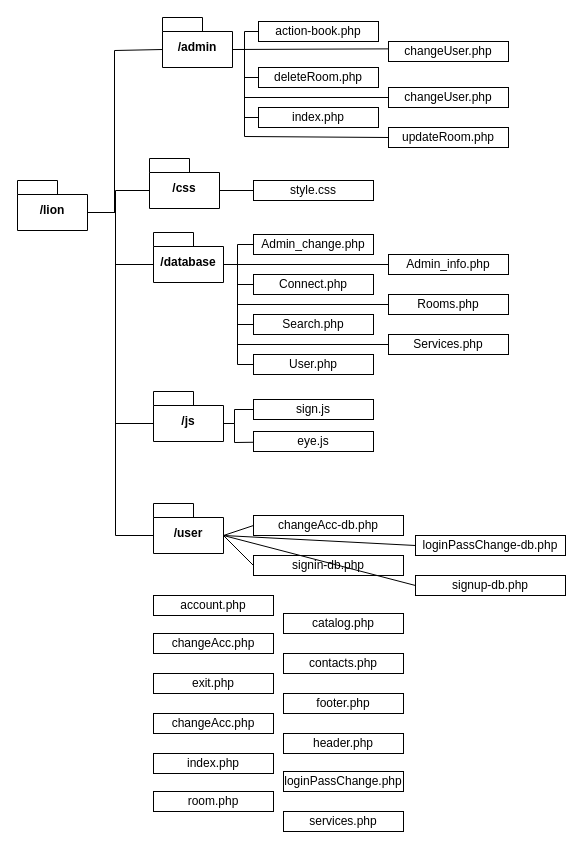
This is page "Физическая" (3 of 4) of documentation/Отель логическая структура.drawio from trapbed/KursovayaHotel, a draw.io file, before an edit. Source tidied: cells renumbered, new cells numbered last; positions are measured from the earlier drawing's top-left corner, leaving out a move shared by most shapes. Both pictures are drawn from the tidied source at 100%, with x=0, y=0 at pixel (17, 17).
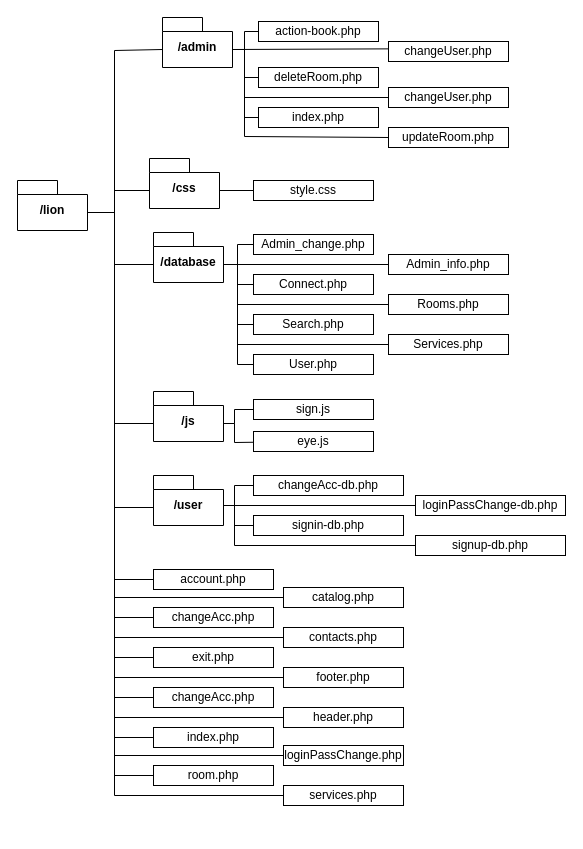
Above is the later version.

Unchanged cells that the change refers to:
```xml
<mxCell id="3" value="/css" style="shape=folder;fontStyle=1;spacingTop=10;tabWidth=40;tabHeight=14;tabPosition=left;html=1;whiteSpace=wrap;" parent="1" vertex="1">
  <mxGeometry x="132" y="141" width="70" height="50" as="geometry" />
</mxCell>
<mxCell id="4" value="/database" style="shape=folder;fontStyle=1;spacingTop=10;tabWidth=40;tabHeight=14;tabPosition=left;html=1;whiteSpace=wrap;" parent="1" vertex="1">
  <mxGeometry x="136" y="215" width="70" height="50" as="geometry" />
</mxCell>
<mxCell id="5" value="/js" style="shape=folder;fontStyle=1;spacingTop=10;tabWidth=40;tabHeight=14;tabPosition=left;html=1;whiteSpace=wrap;" parent="1" vertex="1">
  <mxGeometry x="136" y="374" width="70" height="50" as="geometry" />
</mxCell>
<mxCell id="7" value="/lion" style="shape=folder;fontStyle=1;spacingTop=10;tabWidth=40;tabHeight=14;tabPosition=left;html=1;whiteSpace=wrap;" parent="1" vertex="1">
  <mxGeometry y="163" width="70" height="50" as="geometry" />
</mxCell>
```

What changed in the source:
```diff
@@
     <mxCell id="6" value="/user" style="shape=folder;fontStyle=1;spacingTop=10;tabWidth=40;tabHeight=14;tabPosition=left;html=1;whiteSpace=wrap;" parent="1" vertex="1">
-      <mxGeometry x="136" y="486" width="70" height="50" as="geometry" />
+      <mxGeometry x="136" y="458" width="70" height="50" as="geometry" />
     </mxCell>
@@
     <mxCell id="14" style="endArrow=none;html=1;rounded=0;entryX=0;entryY=0;entryDx=70;entryDy=32;entryPerimeter=0;exitX=0;exitY=0;exitDx=0;exitDy=32;exitPerimeter=0;" parent="1" edge="1" source="6" target="7">
       <mxGeometry relative="1" as="geometry">
         <Array as="points">
-          <mxPoint x="98" y="518" />
-          <mxPoint x="98" y="195" />
+          <mxPoint x="97" y="490" />
+          <mxPoint x="97" y="195" />
         </Array>
       </mxGeometry>
     </mxCell>
     <mxCell id="15" style="endArrow=none;html=1;rounded=0;entryX=0;entryY=0;entryDx=70;entryDy=32;entryPerimeter=0;exitX=0;exitY=0;exitDx=0;exitDy=32;exitPerimeter=0;" parent="1" edge="1" source="5" target="7">
       <mxGeometry relative="1" as="geometry">
         <Array as="points">
-          <mxPoint x="98" y="406" />
-          <mxPoint x="98" y="195" />
+          <mxPoint x="97" y="406" />
+          <mxPoint x="97" y="195" />
         </Array>
       </mxGeometry>
     </mxCell>
     <mxCell id="16" style="endArrow=none;html=1;rounded=0;entryX=0;entryY=0;entryDx=70;entryDy=32;entryPerimeter=0;exitX=0;exitY=0;exitDx=0;exitDy=32;exitPerimeter=0;" parent="1" edge="1" source="4" target="7">
       <mxGeometry relative="1" as="geometry">
         <Array as="points">
-          <mxPoint x="98" y="247" />
-          <mxPoint x="98" y="195" />
+          <mxPoint x="97" y="247" />
+          <mxPoint x="97" y="195" />
         </Array>
       </mxGeometry>
     </mxCell>
     <mxCell id="17" style="endArrow=none;html=1;rounded=0;entryX=0;entryY=0;entryDx=70;entryDy=32;entryPerimeter=0;exitX=0;exitY=0;exitDx=0;exitDy=32;exitPerimeter=0;" parent="1" edge="1" source="3" target="7">
       <mxGeometry relative="1" as="geometry">
         <Array as="points">
-          <mxPoint x="98" y="173" />
-          <mxPoint x="98" y="195" />
+          <mxPoint x="97" y="173" />
+          <mxPoint x="97" y="195" />
         </Array>
       </mxGeometry>
     </mxCell>
@@
     <mxCell id="32" value="changeAcc-db.php" style="rounded=0;whiteSpace=wrap;html=1;" parent="1" vertex="1">
-      <mxGeometry x="236" y="498" width="150" height="20" as="geometry" />
+      <mxGeometry x="236" y="458" width="150" height="20" as="geometry" />
     </mxCell>
     <mxCell id="33" value="loginPassChange-db.php" style="rounded=0;whiteSpace=wrap;html=1;" parent="1" vertex="1">
-      <mxGeometry x="398" y="518" width="150" height="20" as="geometry" />
+      <mxGeometry x="398" y="478" width="150" height="20" as="geometry" />
     </mxCell>
     <mxCell id="34" value="signin-db.php" style="rounded=0;whiteSpace=wrap;html=1;" parent="1" vertex="1">
-      <mxGeometry x="236" y="538" width="150" height="20" as="geometry" />
+      <mxGeometry x="236" y="498" width="150" height="20" as="geometry" />
     </mxCell>
     <mxCell id="35" value="signup-db.php" style="rounded=0;whiteSpace=wrap;html=1;" parent="1" vertex="1">
-      <mxGeometry x="398" y="558" width="150" height="20" as="geometry" />
+      <mxGeometry x="398" y="518" width="150" height="20" as="geometry" />
     </mxCell>
     <mxCell id="36" value="account.php" style="rounded=0;whiteSpace=wrap;html=1;" parent="1" vertex="1">
-      <mxGeometry x="136" y="578" width="120" height="20" as="geometry" />
+      <mxGeometry x="136" y="552" width="120" height="20" as="geometry" />
     </mxCell>
     <mxCell id="37" value="catalog.php" style="rounded=0;whiteSpace=wrap;html=1;" parent="1" vertex="1">
-      <mxGeometry x="266" y="596" width="120" height="20" as="geometry" />
+      <mxGeometry x="266" y="570" width="120" height="20" as="geometry" />
     </mxCell>
     <mxCell id="38" value="changeAcc.php" style="rounded=0;whiteSpace=wrap;html=1;" parent="1" vertex="1">
-      <mxGeometry x="136" y="616" width="120" height="20" as="geometry" />
+      <mxGeometry x="136" y="590" width="120" height="20" as="geometry" />
     </mxCell>
     <mxCell id="39" value="contacts.php" style="rounded=0;whiteSpace=wrap;html=1;" parent="1" vertex="1">
-      <mxGeometry x="266" y="636" width="120" height="20" as="geometry" />
+      <mxGeometry x="266" y="610" width="120" height="20" as="geometry" />
     </mxCell>
     <mxCell id="40" value="exit.php" style="rounded=0;whiteSpace=wrap;html=1;" parent="1" vertex="1">
-      <mxGeometry x="136" y="656" width="120" height="20" as="geometry" />
+      <mxGeometry x="136" y="630" width="120" height="20" as="geometry" />
     </mxCell>
     <mxCell id="41" value="footer.php" style="rounded=0;whiteSpace=wrap;html=1;" parent="1" vertex="1">
-      <mxGeometry x="266" y="676" width="120" height="20" as="geometry" />
+      <mxGeometry x="266" y="650" width="120" height="20" as="geometry" />
     </mxCell>
     <mxCell id="42" value="changeAcc.php" style="rounded=0;whiteSpace=wrap;html=1;" parent="1" vertex="1">
-      <mxGeometry x="136" y="696" width="120" height="20" as="geometry" />
+      <mxGeometry x="136" y="670" width="120" height="20" as="geometry" />
     </mxCell>
     <mxCell id="43" value="header.php" style="rounded=0;whiteSpace=wrap;html=1;" parent="1" vertex="1">
-      <mxGeometry x="266" y="716" width="120" height="20" as="geometry" />
+      <mxGeometry x="266" y="690" width="120" height="20" as="geometry" />
     </mxCell>
     <mxCell id="44" value="index.php" style="rounded=0;whiteSpace=wrap;html=1;" parent="1" vertex="1">
-      <mxGeometry x="136" y="736" width="120" height="20" as="geometry" />
+      <mxGeometry x="136" y="710" width="120" height="20" as="geometry" />
     </mxCell>
     <mxCell id="45" value="loginPassChange.php" style="rounded=0;whiteSpace=wrap;html=1;" parent="1" vertex="1">
-      <mxGeometry x="266" y="754" width="120" height="20" as="geometry" />
+      <mxGeometry x="266" y="728" width="120" height="20" as="geometry" />
     </mxCell>
     <mxCell id="46" value="room.php" style="rounded=0;whiteSpace=wrap;html=1;" parent="1" vertex="1">
-      <mxGeometry x="136" y="774" width="120" height="20" as="geometry" />
+      <mxGeometry x="136" y="748" width="120" height="20" as="geometry" />
     </mxCell>
     <mxCell id="47" value="services.php" style="rounded=0;whiteSpace=wrap;html=1;" parent="1" vertex="1">
-      <mxGeometry x="266" y="794" width="120" height="20" as="geometry" />
+      <mxGeometry x="266" y="768" width="120" height="20" as="geometry" />
     </mxCell>
@@
-    <mxCell id="61" style="endArrow=none;html=1;rounded=0;entryX=0;entryY=0.5;entryDx=0;entryDy=0;exitX=0;exitY=0;exitDx=70;exitDy=32;exitPerimeter=0;" parent="1" edge="1" source="6" target="32">
-      <mxGeometry relative="1" as="geometry" />
+    <mxCell id="61" style="endArrow=none;html=1;rounded=0;entryX=0;entryY=0.5;entryDx=0;entryDy=0;exitX=0;exitY=0;exitDx=70;exitDy=32;exitPerimeter=0;" parent="1" edge="1" target="32">
+      <mxGeometry relative="1" as="geometry">
+        <mxPoint x="206" y="488" as="sourcePoint" />
+        <Array as="points">
+          <mxPoint x="217" y="488" />
+          <mxPoint x="217" y="468" />
+        </Array>
+      </mxGeometry>
     </mxCell>
-    <mxCell id="62" style="endArrow=none;html=1;rounded=0;entryX=0;entryY=0.5;entryDx=0;entryDy=0;exitX=0;exitY=0;exitDx=70;exitDy=32;exitPerimeter=0;" parent="1" edge="1" source="6" target="33">
-      <mxGeometry relative="1" as="geometry" />
+    <mxCell id="62" style="endArrow=none;html=1;rounded=0;entryX=0;entryY=0.5;entryDx=0;entryDy=0;exitX=0;exitY=0;exitDx=70;exitDy=32;exitPerimeter=0;" parent="1" edge="1" target="33">
+      <mxGeometry relative="1" as="geometry">
+        <mxPoint x="206" y="488" as="sourcePoint" />
+      </mxGeometry>
     </mxCell>
-    <mxCell id="63" style="endArrow=none;html=1;rounded=0;entryX=0;entryY=0.5;entryDx=0;entryDy=0;exitX=0;exitY=0;exitDx=70;exitDy=32;exitPerimeter=0;" parent="1" edge="1" source="6" target="35">
-      <mxGeometry relative="1" as="geometry" />
+    <mxCell id="63" style="endArrow=none;html=1;rounded=0;entryX=0;entryY=0.5;entryDx=0;entryDy=0;exitX=0;exitY=0;exitDx=70;exitDy=32;exitPerimeter=0;" parent="1" edge="1" target="35">
+      <mxGeometry relative="1" as="geometry">
+        <mxPoint x="206" y="488" as="sourcePoint" />
+        <Array as="points">
+          <mxPoint x="217" y="488" />
+          <mxPoint x="217" y="528" />
+        </Array>
+      </mxGeometry>
     </mxCell>
-    <mxCell id="64" style="endArrow=none;html=1;rounded=0;entryX=0;entryY=0.5;entryDx=0;entryDy=0;exitX=0;exitY=0;exitDx=70;exitDy=32;exitPerimeter=0;" parent="1" edge="1" source="6" target="34">
-      <mxGeometry relative="1" as="geometry" />
+    <mxCell id="64" style="endArrow=none;html=1;rounded=0;entryX=0;entryY=0.5;entryDx=0;entryDy=0;exitX=0;exitY=0;exitDx=70;exitDy=32;exitPerimeter=0;" parent="1" edge="1" target="34">
+      <mxGeometry relative="1" as="geometry">
+        <mxPoint x="206" y="488" as="sourcePoint" />
+        <Array as="points">
+          <mxPoint x="217" y="488" />
+          <mxPoint x="217" y="508" />
+        </Array>
+      </mxGeometry>
     </mxCell>
+    <mxCell id="65" style="endArrow=none;html=1;rounded=0;entryX=0;entryY=0;entryDx=70;entryDy=32;entryPerimeter=0;exitX=0;exitY=0.5;exitDx=0;exitDy=0;" parent="1" edge="1" source="36" target="7">
+      <mxGeometry relative="1" as="geometry">
+        <Array as="points">
+          <mxPoint x="97" y="562" />
+          <mxPoint x="97" y="195" />
+        </Array>
+      </mxGeometry>
+    </mxCell>
+    <mxCell id="66" style="endArrow=none;html=1;rounded=0;entryX=0;entryY=0;entryDx=70;entryDy=32;entryPerimeter=0;exitX=0;exitY=0.5;exitDx=0;exitDy=0;" parent="1" edge="1" source="37" target="7">
+      <mxGeometry relative="1" as="geometry">
+        <Array as="points">
+          <mxPoint x="97" y="580" />
+          <mxPoint x="97" y="195" />
+        </Array>
+      </mxGeometry>
+    </mxCell>
+    <mxCell id="67" style="endArrow=none;html=1;rounded=0;entryX=0;entryY=0;entryDx=70;entryDy=32;entryPerimeter=0;exitX=0;exitY=0.5;exitDx=0;exitDy=0;" parent="1" edge="1" source="38" target="7">
+      <mxGeometry relative="1" as="geometry">
+        <Array as="points">
+          <mxPoint x="97" y="600" />
+          <mxPoint x="97" y="195" />
+        </Array>
+      </mxGeometry>
+    </mxCell>
+    <mxCell id="68" style="endArrow=none;html=1;rounded=0;entryX=0;entryY=0;entryDx=70;entryDy=32;entryPerimeter=0;exitX=0;exitY=0.5;exitDx=0;exitDy=0;" parent="1" edge="1" source="40" target="7">
+      <mxGeometry relative="1" as="geometry">
+        <Array as="points">
+          <mxPoint x="97" y="640" />
+          <mxPoint x="97" y="195" />
+        </Array>
+      </mxGeometry>
+    </mxCell>
+    <mxCell id="69" style="endArrow=none;html=1;rounded=0;entryX=0;entryY=0;entryDx=70;entryDy=32;entryPerimeter=0;exitX=0;exitY=0.5;exitDx=0;exitDy=0;" parent="1" edge="1" source="39" target="7">
+      <mxGeometry relative="1" as="geometry">
+        <Array as="points">
+          <mxPoint x="97" y="620" />
+          <mxPoint x="97" y="195" />
+        </Array>
+      </mxGeometry>
+    </mxCell>
+    <mxCell id="70" style="endArrow=none;html=1;rounded=0;entryX=0;entryY=0;entryDx=70;entryDy=32;entryPerimeter=0;exitX=0;exitY=0.5;exitDx=0;exitDy=0;" parent="1" edge="1" source="42" target="7">
+      <mxGeometry relative="1" as="geometry">
+        <Array as="points">
+          <mxPoint x="97" y="680" />
+          <mxPoint x="97" y="195" />
+        </Array>
+      </mxGeometry>
+    </mxCell>
+    <mxCell id="71" style="endArrow=none;html=1;rounded=0;entryX=0;entryY=0;entryDx=70;entryDy=32;entryPerimeter=0;exitX=0;exitY=0.5;exitDx=0;exitDy=0;" parent="1" edge="1" source="41" target="7">
+      <mxGeometry relative="1" as="geometry">
+        <Array as="points">
+          <mxPoint x="97" y="660" />
+          <mxPoint x="97" y="195" />
+        </Array>
+      </mxGeometry>
+    </mxCell>
+    <mxCell id="72" style="endArrow=none;html=1;rounded=0;entryX=0;entryY=0;entryDx=70;entryDy=32;entryPerimeter=0;exitX=0;exitY=0.5;exitDx=0;exitDy=0;" parent="1" edge="1" source="43" target="7">
+      <mxGeometry relative="1" as="geometry">
+        <Array as="points">
+          <mxPoint x="97" y="700" />
+          <mxPoint x="97" y="195" />
+        </Array>
+      </mxGeometry>
+    </mxCell>
+    <mxCell id="73" style="endArrow=none;html=1;rounded=0;entryX=0;entryY=0;entryDx=70;entryDy=32;entryPerimeter=0;exitX=0;exitY=0.5;exitDx=0;exitDy=0;" parent="1" edge="1" source="44" target="7">
+      <mxGeometry relative="1" as="geometry">
+        <Array as="points">
+          <mxPoint x="97" y="720" />
+          <mxPoint x="97" y="195" />
+        </Array>
+      </mxGeometry>
+    </mxCell>
+    <mxCell id="74" style="endArrow=none;html=1;rounded=0;entryX=0;entryY=0;entryDx=70;entryDy=32;entryPerimeter=0;exitX=0;exitY=0.5;exitDx=0;exitDy=0;" parent="1" edge="1" source="45" target="7">
+      <mxGeometry relative="1" as="geometry">
+        <Array as="points">
+          <mxPoint x="97" y="738" />
+          <mxPoint x="97" y="195" />
+        </Array>
+      </mxGeometry>
+    </mxCell>
+    <mxCell id="75" style="endArrow=none;html=1;rounded=0;entryX=0;entryY=0.5;entryDx=0;entryDy=0;exitX=0;exitY=0;exitDx=70;exitDy=32;exitPerimeter=0;" parent="1" edge="1" source="7" target="46">
+      <mxGeometry relative="1" as="geometry">
+        <Array as="points">
+          <mxPoint x="97" y="195" />
+          <mxPoint x="97" y="758" />
+        </Array>
+      </mxGeometry>
+    </mxCell>
+    <mxCell id="76" style="endArrow=none;html=1;rounded=0;entryX=0;entryY=0;entryDx=70;entryDy=32;entryPerimeter=0;exitX=0;exitY=0.5;exitDx=0;exitDy=0;" parent="1" edge="1" source="47" target="7">
+      <mxGeometry relative="1" as="geometry">
+        <Array as="points">
+          <mxPoint x="97" y="778" />
+          <mxPoint x="97" y="195" />
+        </Array>
+      </mxGeometry>
+    </mxCell>
```
